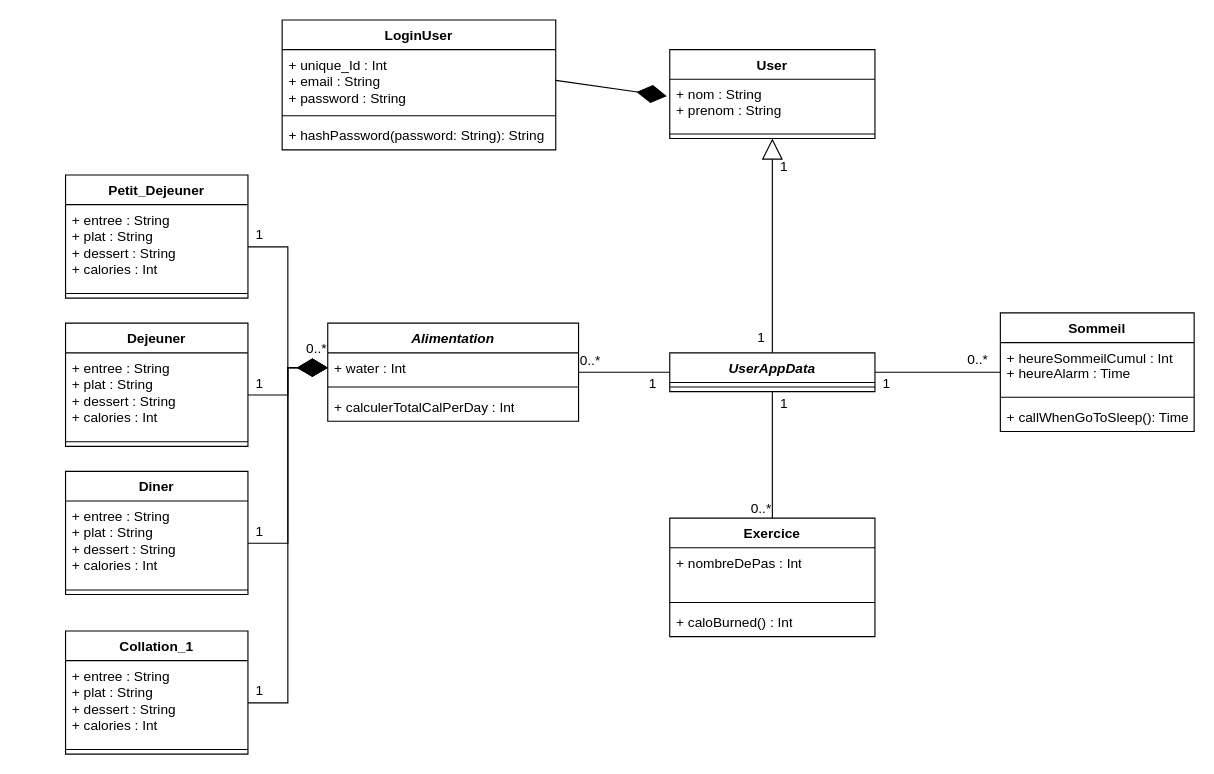
Above: P5_Exercice.drawio in CodeStarter40/P5 (draw.io), before the change. Source tidied: cells renumbered, new cells numbered last; positions are measured from the earlier drawing's top-left corner, leaving out a move shared by most shapes. Both pictures are drawn from the tidied source at 114%, with x=0, y=0 at pixel (65, 19).
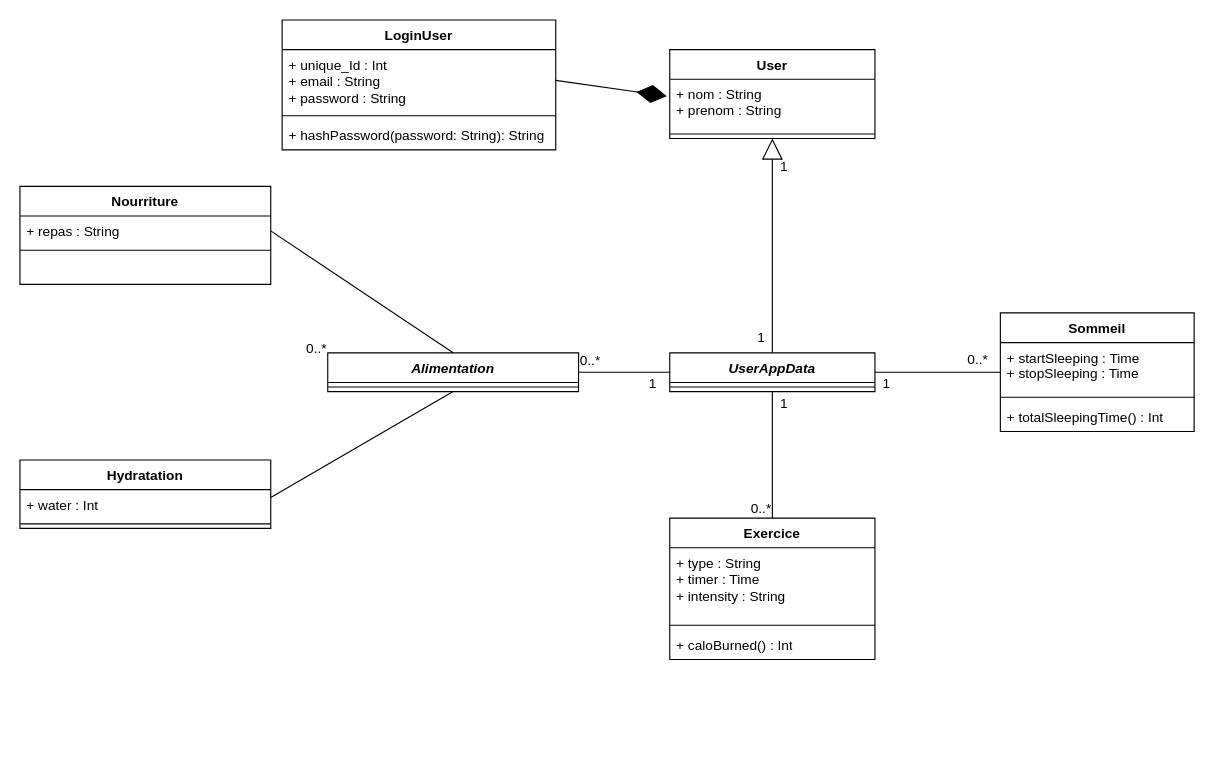
Above is the later version.

Commit message:
Mettre à jour P5_Exercice.drawio

Unchanged cells that the change refers to:
```xml
<mxCell id="11" value="Sommeil&lt;div&gt;&lt;br&gt;&lt;/div&gt;" style="swimlane;fontStyle=1;align=center;verticalAlign=top;horizontal=1;startSize=26;whiteSpace=wrap;html=1;" parent="1" vertex="1">
  <mxGeometry x="820" y="257" width="170" height="104" as="geometry" />
</mxCell>
```

Diff of the diagram source:
```diff
@@
-    <mxCell id="2" value="Petit_Dejeuner" style="swimlane;fontStyle=1;align=center;verticalAlign=top;horizontal=1;startSize=26;whiteSpace=wrap;html=1;" parent="1" vertex="1">
-      <mxGeometry y="136" width="160" height="108" as="geometry" />
-    </mxCell>
-    <mxCell id="3" value="&lt;div&gt;&lt;div&gt;+ entree : String&lt;div&gt;&lt;span style=&quot;background-color: initial;&quot;&gt;+ plat : String&lt;/span&gt;&lt;div&gt;+ dessert : String&lt;/div&gt;&lt;div&gt;&lt;span style=&quot;background-color: initial;&quot;&gt;+ calories : Int&lt;/span&gt;&lt;/div&gt;&lt;div&gt;&lt;br&gt;&lt;/div&gt;&lt;/div&gt;&lt;/div&gt;&lt;/div&gt;" style="text;strokeColor=none;fillColor=none;align=left;verticalAlign=top;spacingLeft=4;spacingRight=4;overflow=hidden;points=[[0,0.5],[1,0.5]];portConstraint=eastwest;whiteSpace=wrap;html=1;" parent="2" vertex="1">
-      <mxGeometry y="26" width="160" height="74" as="geometry" />
-    </mxCell>
-    <mxCell id="4" style="line;strokeWidth=1;fillColor=none;align=left;verticalAlign=middle;spacingTop=-1;spacingLeft=3;spacingRight=3;labelPosition=right;strokeColor=inherit;" parent="2" vertex="1">
-      <mxGeometry y="100" width="160" height="8" as="geometry" />
-    </mxCell>
-    <mxCell id="5" value="Dejeuner" style="swimlane;fontStyle=1;align=center;verticalAlign=top;horizontal=1;startSize=26;whiteSpace=wrap;html=1;" parent="1" vertex="1">
-      <mxGeometry y="266" width="160" height="108" as="geometry" />
-    </mxCell>
-    <mxCell id="6" value="&lt;div&gt;&lt;div&gt;+ entree : String&lt;div&gt;&lt;span style=&quot;background-color: initial;&quot;&gt;+ plat : String&lt;/span&gt;&lt;div&gt;+ dessert : String&lt;/div&gt;&lt;div&gt;&lt;span style=&quot;background-color: initial;&quot;&gt;+ calories : Int&lt;/span&gt;&lt;/div&gt;&lt;div&gt;&lt;br&gt;&lt;/div&gt;&lt;/div&gt;&lt;/div&gt;&lt;/div&gt;" style="text;strokeColor=none;fillColor=none;align=left;verticalAlign=top;spacingLeft=4;spacingRight=4;overflow=hidden;points=[[0,0.5],[1,0.5]];portConstraint=eastwest;whiteSpace=wrap;html=1;" parent="5" vertex="1">
-      <mxGeometry y="26" width="160" height="74" as="geometry" />
-    </mxCell>
-    <mxCell id="7" style="line;strokeWidth=1;fillColor=none;align=left;verticalAlign=middle;spacingTop=-1;spacingLeft=3;spacingRight=3;labelPosition=right;strokeColor=inherit;" parent="5" vertex="1">
-      <mxGeometry y="100" width="160" height="8" as="geometry" />
-    </mxCell>
-    <mxCell id="8" value="Diner" style="swimlane;fontStyle=1;align=center;verticalAlign=top;horizontal=1;startSize=26;whiteSpace=wrap;html=1;" parent="1" vertex="1">
-      <mxGeometry y="396" width="160" height="108" as="geometry" />
-    </mxCell>
-    <mxCell id="9" value="+ entree : String&lt;div&gt;&lt;span style=&quot;background-color: initial;&quot;&gt;+ plat : String&lt;/span&gt;&lt;div&gt;+ dessert : String&lt;/div&gt;&lt;div&gt;&lt;span style=&quot;background-color: initial;&quot;&gt;+ calories : Int&lt;/span&gt;&lt;/div&gt;&lt;div&gt;&lt;br&gt;&lt;/div&gt;&lt;/div&gt;" style="text;strokeColor=none;fillColor=none;align=left;verticalAlign=top;spacingLeft=4;spacingRight=4;overflow=hidden;points=[[0,0.5],[1,0.5]];portConstraint=eastwest;whiteSpace=wrap;html=1;" parent="8" vertex="1">
-      <mxGeometry y="26" width="160" height="74" as="geometry" />
-    </mxCell>
-    <mxCell id="10" style="line;strokeWidth=1;fillColor=none;align=left;verticalAlign=middle;spacingTop=-1;spacingLeft=3;spacingRight=3;labelPosition=right;strokeColor=inherit;" parent="8" vertex="1">
-      <mxGeometry y="100" width="160" height="8" as="geometry" />
-    </mxCell>
@@
-    <mxCell id="12" value="+ heureSommeilCumul : Int&lt;div&gt;+ heureAlarm : Time&lt;/div&gt;" style="text;strokeColor=none;fillColor=none;align=left;verticalAlign=top;spacingLeft=4;spacingRight=4;overflow=hidden;whiteSpace=wrap;html=1;" parent="11" vertex="1">
+    <mxCell id="12" value="+ startSleeping : Time&lt;div&gt;+ stopSleeping : Time&lt;/div&gt;" style="text;strokeColor=none;fillColor=none;align=left;verticalAlign=top;spacingLeft=4;spacingRight=4;overflow=hidden;whiteSpace=wrap;html=1;" parent="11" vertex="1">
       <mxGeometry y="26" width="170" height="44" as="geometry" />
     </mxCell>
@@
-    <mxCell id="14" value="+ callWhenGoToSleep(): Time" style="text;strokeColor=none;fillColor=none;align=left;verticalAlign=top;spacingLeft=4;spacingRight=4;overflow=hidden;whiteSpace=wrap;html=1;" parent="11" vertex="1">
+    <mxCell id="14" value="+ totalSleepingTime() : Int" style="text;strokeColor=none;fillColor=none;align=left;verticalAlign=top;spacingLeft=4;spacingRight=4;overflow=hidden;whiteSpace=wrap;html=1;" parent="11" vertex="1">
       <mxGeometry y="78" width="170" height="26" as="geometry" />
     </mxCell>
     <mxCell id="15" value="&lt;i&gt;Alimentation&lt;/i&gt;" style="swimlane;fontStyle=1;align=center;verticalAlign=top;horizontal=1;startSize=26;whiteSpace=wrap;html=1;" parent="1" vertex="1">
-      <mxGeometry x="230" y="266" width="220" height="86" as="geometry" />
+      <mxGeometry x="230" y="292" width="220" height="34" as="geometry" />
     </mxCell>
-    <mxCell id="16" value="+ water : Int" style="text;strokeColor=none;fillColor=none;align=left;verticalAlign=top;spacingLeft=4;spacingRight=4;overflow=hidden;points=[[0,0.5],[1,0.5]];portConstraint=eastwest;whiteSpace=wrap;html=1;" parent="15" vertex="1">
-      <mxGeometry y="26" width="220" height="26" as="geometry" />
-    </mxCell>
     <mxCell id="17" style="line;strokeWidth=1;fillColor=none;align=left;verticalAlign=middle;spacingTop=-1;spacingLeft=3;spacingRight=3;labelPosition=right;strokeColor=inherit;" parent="15" vertex="1">
-      <mxGeometry y="52" width="220" height="8" as="geometry" />
+      <mxGeometry y="26" width="220" height="8" as="geometry" />
     </mxCell>
-    <mxCell id="18" value="+ calculerTotalCalPerDay : Int&lt;div&gt;&lt;br&gt;&lt;/div&gt;" style="text;strokeColor=none;fillColor=none;align=left;verticalAlign=top;spacingLeft=4;spacingRight=4;overflow=hidden;whiteSpace=wrap;html=1;" parent="15" vertex="1">
-      <mxGeometry y="60" width="220" height="26" as="geometry" />
-    </mxCell>
     <mxCell id="19" value="&lt;div&gt;Exercice&lt;/div&gt;" style="swimlane;fontStyle=1;align=center;verticalAlign=top;horizontal=1;startSize=26;whiteSpace=wrap;html=1;" parent="1" vertex="1">
-      <mxGeometry x="530" y="437" width="180" height="104" as="geometry" />
+      <mxGeometry x="530" y="437" width="180" height="124" as="geometry" />
     </mxCell>
-    <mxCell id="20" value="+ nombreDePas : Int" style="text;strokeColor=none;fillColor=none;align=left;verticalAlign=top;spacingLeft=4;spacingRight=4;overflow=hidden;whiteSpace=wrap;html=1;" parent="19" vertex="1">
-      <mxGeometry y="26" width="180" height="44" as="geometry" />
+    <mxCell id="20" value="+ type : String&lt;div&gt;+ timer : Time&lt;/div&gt;&lt;div&gt;+ intensity : String&lt;/div&gt;&lt;div&gt;&lt;br&gt;&lt;/div&gt;" style="text;strokeColor=none;fillColor=none;align=left;verticalAlign=top;spacingLeft=4;spacingRight=4;overflow=hidden;whiteSpace=wrap;html=1;" parent="19" vertex="1">
+      <mxGeometry y="26" width="180" height="64" as="geometry" />
     </mxCell>
     <mxCell id="21" style="line;strokeWidth=1;fillColor=none;align=left;verticalAlign=middle;spacingTop=-1;spacingLeft=3;spacingRight=3;labelPosition=right;strokeColor=inherit;" parent="19" vertex="1">
-      <mxGeometry y="70" width="180" height="8" as="geometry" />
+      <mxGeometry y="90" width="180" height="8" as="geometry" />
     </mxCell>
     <mxCell id="22" value="+ caloBurned() : Int" style="text;strokeColor=none;fillColor=none;align=left;verticalAlign=top;spacingLeft=4;spacingRight=4;overflow=hidden;whiteSpace=wrap;html=1;" parent="19" vertex="1">
-      <mxGeometry y="78" width="180" height="26" as="geometry" />
+      <mxGeometry y="98" width="180" height="26" as="geometry" />
     </mxCell>
@@
-    <mxCell id="39" value="Collation_1" style="swimlane;fontStyle=1;align=center;verticalAlign=top;horizontal=1;startSize=26;whiteSpace=wrap;html=1;" parent="1" vertex="1">
-      <mxGeometry y="536" width="160" height="108" as="geometry" />
-    </mxCell>
-    <mxCell id="40" value="+ entree : String&lt;div&gt;&lt;span style=&quot;background-color: initial;&quot;&gt;+ plat : String&lt;/span&gt;&lt;div&gt;+ dessert : String&lt;/div&gt;&lt;div&gt;&lt;span style=&quot;background-color: initial;&quot;&gt;+ calories : Int&lt;/span&gt;&lt;/div&gt;&lt;div&gt;&lt;br&gt;&lt;/div&gt;&lt;/div&gt;" style="text;strokeColor=none;fillColor=none;align=left;verticalAlign=top;spacingLeft=4;spacingRight=4;overflow=hidden;points=[[0,0.5],[1,0.5]];portConstraint=eastwest;whiteSpace=wrap;html=1;" parent="39" vertex="1">
-      <mxGeometry y="26" width="160" height="74" as="geometry" />
-    </mxCell>
-    <mxCell id="41" style="line;strokeWidth=1;fillColor=none;align=left;verticalAlign=middle;spacingTop=-1;spacingLeft=3;spacingRight=3;labelPosition=right;strokeColor=inherit;" parent="39" vertex="1">
-      <mxGeometry y="100" width="160" height="8" as="geometry" />
-    </mxCell>
-    <mxCell id="42" style="endArrow=diamondThin;endFill=1;endSize=24;html=1;rounded=0;exitX=1;exitY=0.5;exitDx=0;exitDy=0;entryX=0;entryY=0.5;entryDx=0;entryDy=0;edgeStyle=orthogonalEdgeStyle;" parent="1" edge="1" source="40" target="16">
-      <mxGeometry relative="1" as="geometry" />
-    </mxCell>
-    <mxCell id="43" style="endArrow=diamondThin;endFill=1;endSize=24;html=1;rounded=0;exitX=1;exitY=0.5;exitDx=0;exitDy=0;entryX=0;entryY=0.5;entryDx=0;entryDy=0;edgeStyle=orthogonalEdgeStyle;" parent="1" edge="1" source="9" target="16">
-      <mxGeometry relative="1" as="geometry" />
-    </mxCell>
-    <mxCell id="44" style="endArrow=diamondThin;endFill=1;endSize=24;html=1;rounded=0;exitX=1;exitY=0.5;exitDx=0;exitDy=0;entryX=0;entryY=0.5;entryDx=0;entryDy=0;edgeStyle=orthogonalEdgeStyle;" parent="1" edge="1" source="6" target="16">
-      <mxGeometry relative="1" as="geometry" />
-    </mxCell>
-    <mxCell id="45" style="endArrow=diamondThin;endFill=1;endSize=24;html=1;rounded=0;exitX=1;exitY=0.5;exitDx=0;exitDy=0;entryX=0;entryY=0.5;entryDx=0;entryDy=0;edgeStyle=orthogonalEdgeStyle;" parent="1" edge="1" source="3" target="16">
-      <mxGeometry relative="1" as="geometry" />
-    </mxCell>
-    <mxCell id="46" value="1" style="text;html=1;align=center;verticalAlign=middle;strokeColor=none;fillColor=none;" parent="1" vertex="1">
-      <mxGeometry x="155" y="174" width="30" height="30" as="geometry" />
-    </mxCell>
-    <mxCell id="47" value="1" style="text;html=1;align=center;verticalAlign=middle;strokeColor=none;fillColor=none;" parent="1" vertex="1">
-      <mxGeometry x="155" y="304" width="30" height="30" as="geometry" />
-    </mxCell>
-    <mxCell id="48" value="1" style="text;html=1;align=center;verticalAlign=middle;strokeColor=none;fillColor=none;" parent="1" vertex="1">
-      <mxGeometry x="155" y="574" width="30" height="30" as="geometry" />
-    </mxCell>
-    <mxCell id="49" value="1" style="text;html=1;align=center;verticalAlign=middle;strokeColor=none;fillColor=none;" parent="1" vertex="1">
-      <mxGeometry x="155" y="434" width="30" height="30" as="geometry" />
-    </mxCell>
@@
+    <mxCell id="57" value="Nourriture" style="swimlane;fontStyle=1;align=center;verticalAlign=top;horizontal=1;startSize=26;whiteSpace=wrap;html=1;" parent="1" vertex="1">
+      <mxGeometry x="-40" y="146" width="220" height="86" as="geometry" />
+    </mxCell>
+    <mxCell id="58" value="+ repas : String" style="text;strokeColor=none;fillColor=none;align=left;verticalAlign=top;spacingLeft=4;spacingRight=4;overflow=hidden;points=[[0,0.5],[1,0.5]];portConstraint=eastwest;whiteSpace=wrap;html=1;" parent="57" vertex="1">
+      <mxGeometry y="26" width="220" height="26" as="geometry" />
+    </mxCell>
+    <mxCell id="59" style="line;strokeWidth=1;fillColor=none;align=left;verticalAlign=middle;spacingTop=-1;spacingLeft=3;spacingRight=3;labelPosition=right;strokeColor=inherit;" parent="57" vertex="1">
+      <mxGeometry y="52" width="220" height="8" as="geometry" />
+    </mxCell>
+    <mxCell id="60" value="&lt;div&gt;&lt;br&gt;&lt;/div&gt;" style="text;strokeColor=none;fillColor=none;align=left;verticalAlign=top;spacingLeft=4;spacingRight=4;overflow=hidden;whiteSpace=wrap;html=1;" parent="57" vertex="1">
+      <mxGeometry y="60" width="220" height="26" as="geometry" />
+    </mxCell>
+    <mxCell id="61" value="Hydratation" style="swimlane;fontStyle=1;align=center;verticalAlign=top;horizontal=1;startSize=26;whiteSpace=wrap;html=1;" parent="1" vertex="1">
+      <mxGeometry x="-40" y="386" width="220" height="60" as="geometry" />
+    </mxCell>
+    <mxCell id="16" value="+ water : Int" style="text;strokeColor=none;fillColor=none;align=left;verticalAlign=top;spacingLeft=4;spacingRight=4;overflow=hidden;points=[[0,0.5],[1,0.5]];portConstraint=eastwest;whiteSpace=wrap;html=1;" parent="61" vertex="1">
+      <mxGeometry y="26" width="220" height="26" as="geometry" />
+    </mxCell>
+    <mxCell id="62" style="line;strokeWidth=1;fillColor=none;align=left;verticalAlign=middle;spacingTop=-1;spacingLeft=3;spacingRight=3;labelPosition=right;strokeColor=inherit;" parent="61" vertex="1">
+      <mxGeometry y="52" width="220" height="8" as="geometry" />
+    </mxCell>
+    <mxCell id="63" style="endArrow=none;html=1;rounded=0;entryX=0.5;entryY=1;entryDx=0;entryDy=0;exitX=1;exitY=0.269;exitDx=0;exitDy=0;exitPerimeter=0;" parent="1" edge="1" source="16" target="15">
+      <mxGeometry relative="1" as="geometry" />
+    </mxCell>
+    <mxCell id="64" style="endArrow=none;html=1;rounded=0;exitX=1;exitY=0.5;exitDx=0;exitDy=0;entryX=0.5;entryY=0;entryDx=0;entryDy=0;" parent="1" edge="1" source="58" target="15">
+      <mxGeometry relative="1" as="geometry" />
+    </mxCell>
```
